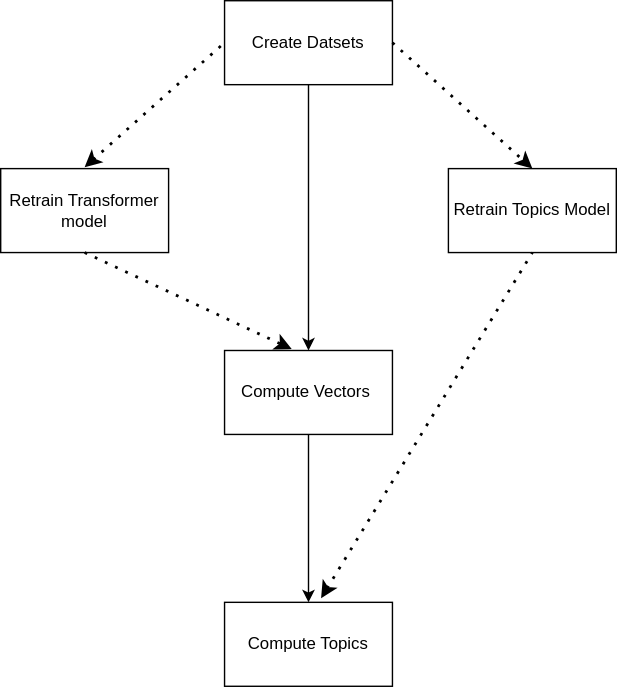
konstellation-io/kdl-server keeps this draw.io diagram as kg/pipeline.svg. Above is the earlier version. Source tidied: cells renumbered, new cells last; positions are measured from the earlier drawing's top-left corner, leaving out a move shared by most shapes.
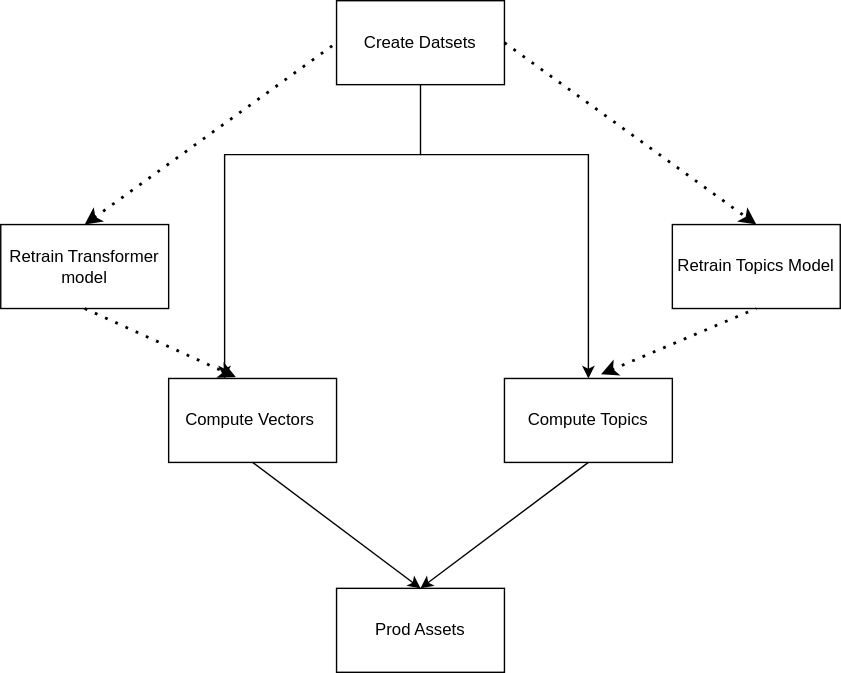
After the commit.

Change to the diagram source:
```diff
@@ -3,35 +3,40 @@
     <mxCell id="0" />
     <mxCell id="1" parent="0" />
     <mxCell id="2" style="edgeStyle=orthogonalEdgeStyle;rounded=0;jettySize=auto;html=1;" parent="1" edge="1" source="3" target="7">
-      <mxGeometry relative="1" as="geometry" />
+      <mxGeometry relative="1" as="geometry">
+        <Array as="points">
+          <mxPoint x="220" y="110" />
+          <mxPoint x="80" y="110" />
+        </Array>
+      </mxGeometry>
     </mxCell>
     <mxCell id="3" value="Create Datsets" style="rounded=0;whiteSpace=wrap;html=1;" parent="1" vertex="1">
       <mxGeometry x="160" width="120" height="60" as="geometry" />
     </mxCell>
     <mxCell id="4" value="Retrain Topics Model" style="rounded=0;whiteSpace=wrap;html=1;" parent="1" vertex="1">
-      <mxGeometry x="320" y="120" width="120" height="60" as="geometry" />
+      <mxGeometry x="400" y="160" width="120" height="60" as="geometry" />
     </mxCell>
     <mxCell id="5" value="Retrain Transformer model" style="rounded=0;whiteSpace=wrap;html=1;" parent="1" vertex="1">
-      <mxGeometry y="120" width="120" height="60" as="geometry" />
+      <mxGeometry x="-80" y="160" width="120" height="60" as="geometry" />
     </mxCell>
-    <mxCell id="6" style="edgeStyle=orthogonalEdgeStyle;rounded=0;jettySize=auto;html=1;" parent="1" edge="1" source="7" target="8">
-      <mxGeometry relative="1" as="geometry" />
+    <mxCell id="6" style="edgeStyle=orthogonalEdgeStyle;rounded=0;jettySize=auto;html=1;" parent="1" edge="1" target="8">
+      <mxGeometry relative="1" as="geometry">
+        <mxPoint x="220" y="110" as="sourcePoint" />
+      </mxGeometry>
     </mxCell>
     <mxCell id="7" value="Compute Vectors&amp;nbsp;" style="rounded=0;whiteSpace=wrap;html=1;" parent="1" vertex="1">
-      <mxGeometry x="160" y="250" width="120" height="60" as="geometry" />
+      <mxGeometry x="40" y="270" width="120" height="60" as="geometry" />
     </mxCell>
     <mxCell id="8" value="Compute Topics" style="rounded=0;whiteSpace=wrap;html=1;" parent="1" vertex="1">
-      <mxGeometry x="160" y="430" width="120" height="60" as="geometry" />
+      <mxGeometry x="280" y="270" width="120" height="60" as="geometry" />
     </mxCell>
     <mxCell id="9" style="endArrow=classic;dashed=1;html=1;dashPattern=1 3;strokeWidth=2;entryX=0.5;entryY=0;entryDx=0;entryDy=0;endFill=1;" parent="1" edge="1" target="4">
       <mxGeometry relative="1" as="geometry">
         <mxPoint x="280" y="30" as="sourcePoint" />
       </mxGeometry>
     </mxCell>
-    <mxCell id="10" style="endArrow=none;dashed=1;html=1;dashPattern=1 3;strokeWidth=2;entryX=0;entryY=0.5;entryDx=0;entryDy=0;endFill=0;startArrow=classic;startFill=1;" parent="1" edge="1" target="3">
-      <mxGeometry relative="1" as="geometry">
-        <mxPoint x="60" y="119" as="sourcePoint" />
-      </mxGeometry>
+    <mxCell id="10" style="endArrow=none;dashed=1;html=1;dashPattern=1 3;strokeWidth=2;entryX=0;entryY=0.5;entryDx=0;entryDy=0;endFill=0;startArrow=classic;startFill=1;exitX=0.5;exitY=0;exitDx=0;exitDy=0;" parent="1" edge="1" source="5" target="3">
+      <mxGeometry relative="1" as="geometry" />
     </mxCell>
     <mxCell id="11" style="endArrow=classic;dashed=1;html=1;dashPattern=1 3;strokeWidth=2;exitX=0.5;exitY=1;exitDx=0;exitDy=0;entryX=0.4;entryY=-0.017;entryDx=0;entryDy=0;endFill=1;entryPerimeter=0;" parent="1" edge="1" source="5" target="7">
       <mxGeometry relative="1" as="geometry" />
@@ -39,5 +44,16 @@
     <mxCell id="12" style="endArrow=none;dashed=1;html=1;dashPattern=1 3;strokeWidth=2;entryX=0.5;entryY=1;entryDx=0;entryDy=0;exitX=0.575;exitY=-0.05;exitDx=0;exitDy=0;startArrow=classic;startFill=1;exitPerimeter=0;" parent="1" edge="1" source="8" target="4">
       <mxGeometry relative="1" as="geometry" />
     </mxCell>
+    <mxCell id="13" value="Prod Assets" style="rounded=0;whiteSpace=wrap;html=1;" parent="1" vertex="1">
+      <mxGeometry x="160" y="420" width="120" height="60" as="geometry" />
+    </mxCell>
+    <mxCell id="14" style="endArrow=classic;html=1;exitX=0.5;exitY=1;exitDx=0;exitDy=0;entryX=0.5;entryY=0;entryDx=0;entryDy=0;" parent="1" edge="1" source="7" target="13">
+      <mxGeometry relative="1" as="geometry" />
+    </mxCell>
+    <mxCell id="15" style="endArrow=classic;html=1;exitX=0.5;exitY=1;exitDx=0;exitDy=0;" parent="1" edge="1" source="8">
+      <mxGeometry relative="1" as="geometry">
+        <mxPoint x="220" y="420" as="targetPoint" />
+      </mxGeometry>
+    </mxCell>
   </root>
 </mxGraphModel>
```
